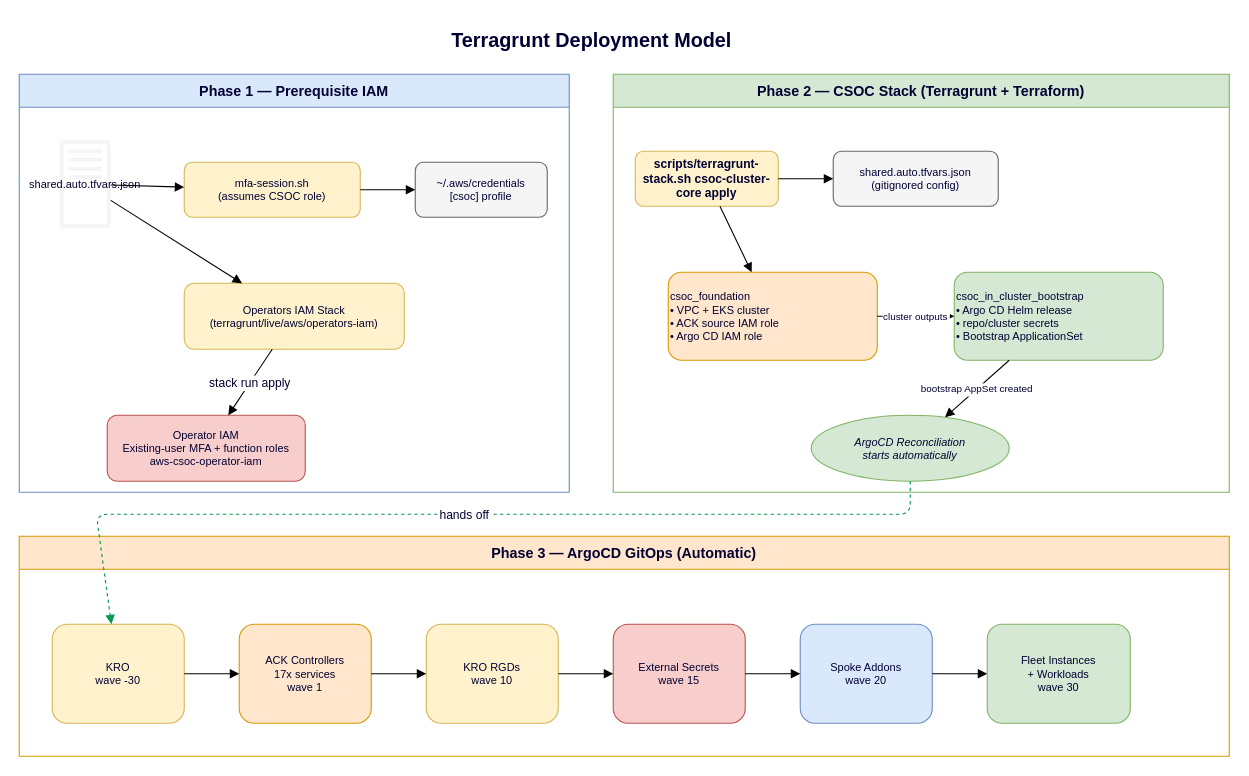
Before: docs/diagrams/deployment-phases.drawio in indiana-university/gen3-kro, a draw.io diagram. Source tidied: cells renumbered, new cells numbered last; positions are measured from the earlier drawing's top-left corner, leaving out a move shared by most shapes. Both pictures are drawn from the tidied source at 110%, with x=0, y=0 at pixel (19, 19).
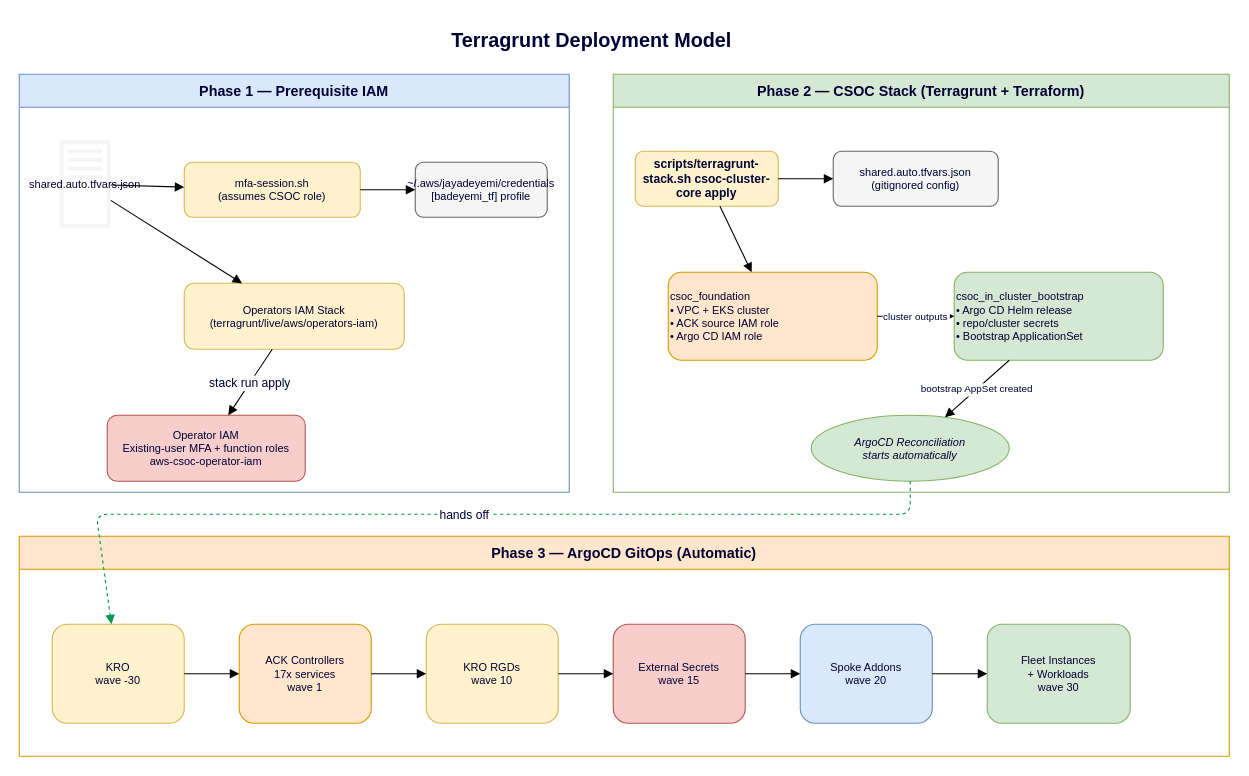
The same page after the edit.

Unchanged cells that the change refers to:
```xml
<mxCell id="3" value="Phase 1 — Prerequisite IAM" style="swimlane;startSize=30;fillColor=#dae8fc;strokeColor=#6c8ebf;fontSize=13;fontStyle=1;fontColor=#000033;" parent="1" vertex="1">
  <mxGeometry y="50" width="500" height="380" as="geometry" />
</mxCell>
```

Change to the diagram source:
```diff
@@
-    <mxCell id="6" value="~/.aws/credentials&#10;[csoc] profile" style="rounded=1;whiteSpace=wrap;fillColor=#f5f5f5;strokeColor=#666666;fontSize=10;fontColor=#000033;" parent="3" vertex="1">
+    <mxCell id="6" value="~/.aws/jayadeyemi/credentials&#10;[badeyemi_tf] profile" style="rounded=1;whiteSpace=wrap;fillColor=#f5f5f5;strokeColor=#666666;fontSize=10;fontColor=#000033;" parent="3" vertex="1">
       <mxGeometry x="360" y="80" width="120" height="50" as="geometry" />
     </mxCell>
```
